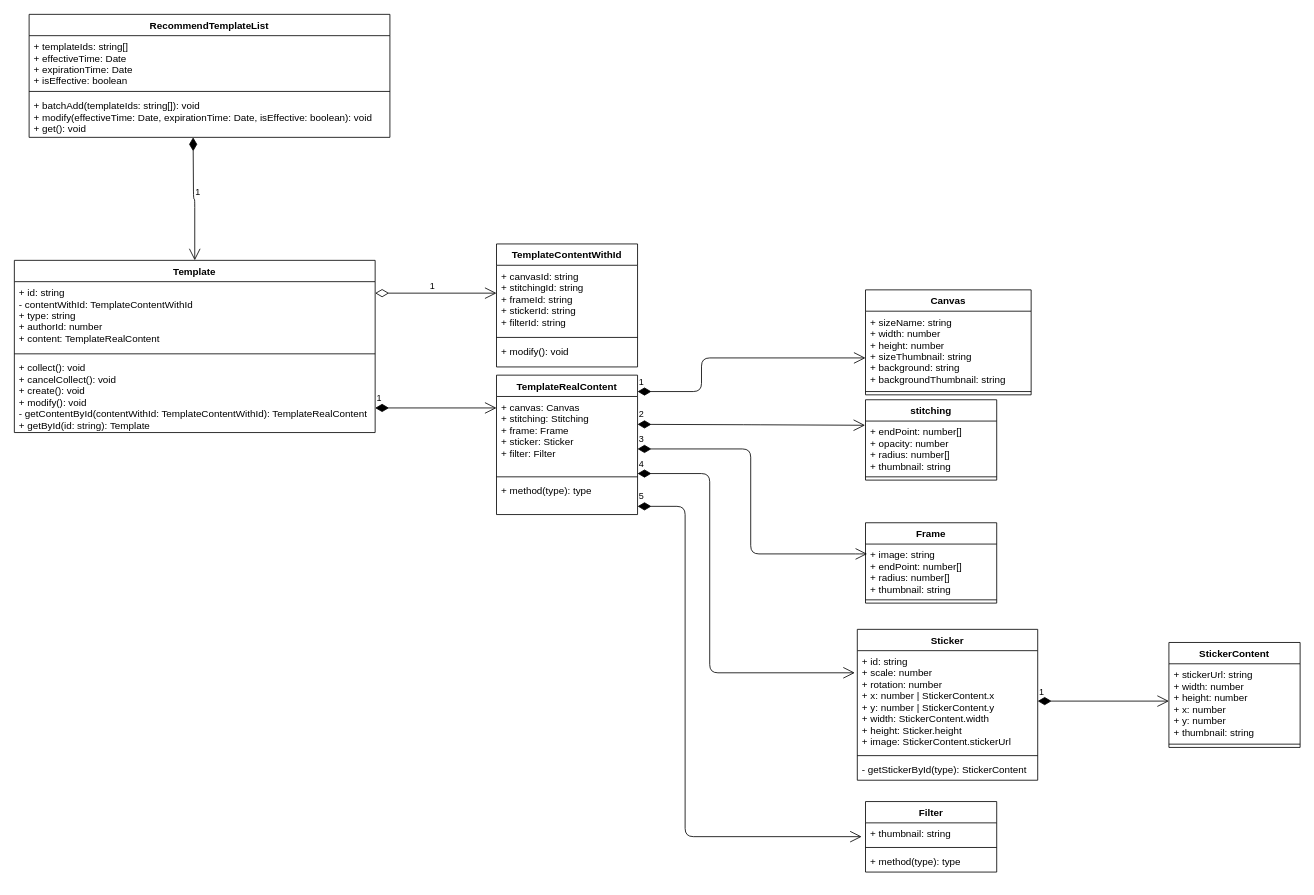
The draw.io diagram duitangFE/图文工具后台.drawio in HiWayne/UMLDesign, before the edit. Source tidied: cells renumbered, new cells numbered last; positions are measured from the earlier drawing's top-left corner, leaving out a move shared by most shapes. Both pictures are drawn from the tidied source at 82%, with x=0, y=0 at pixel (14, 14).
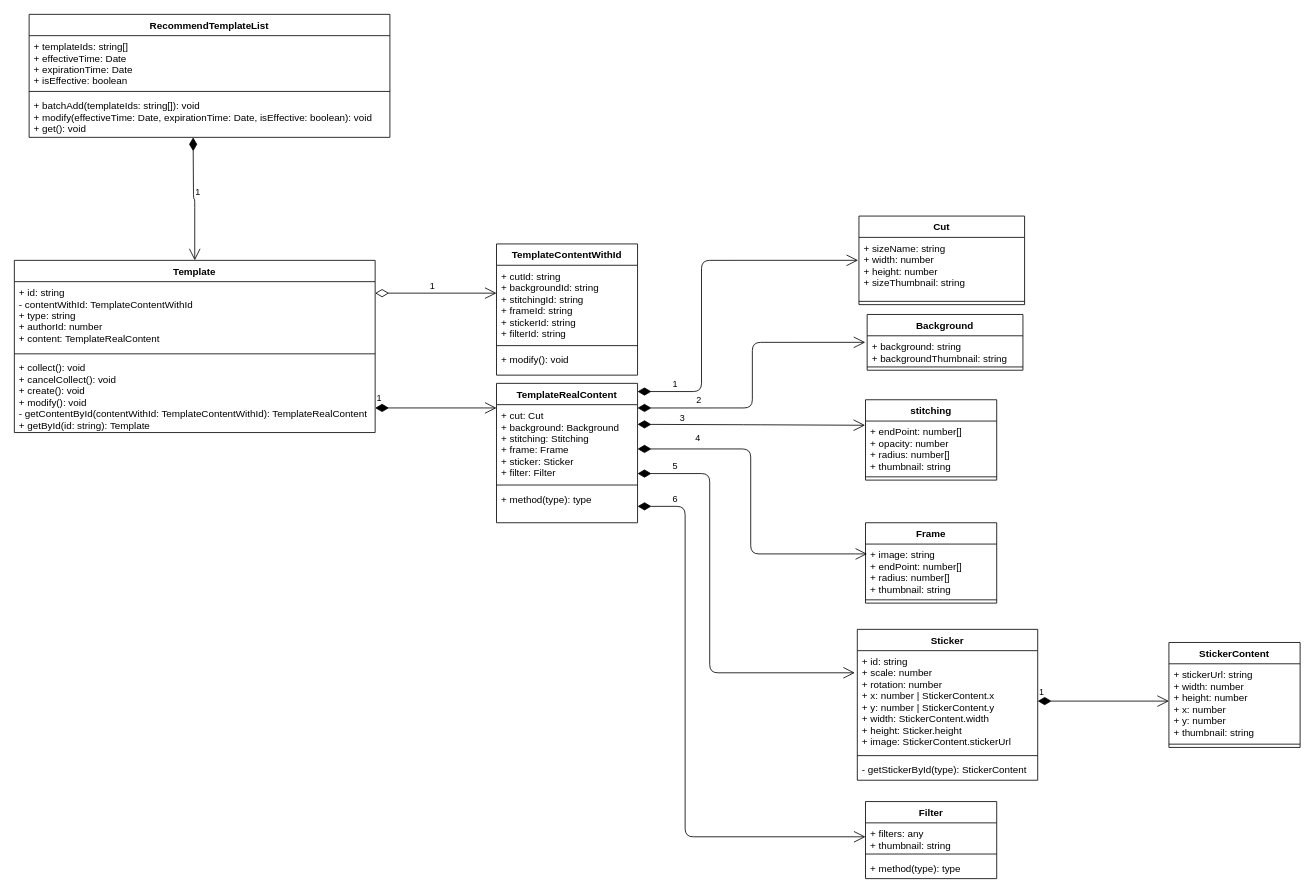
Above is the later version.

Commit message:
Update 图文工具后台.drawio

Unchanged cells that the change refers to:
```xml
<mxCell id="30" value="+ endPoint: number[]&#10;+ opacity: number&#10;+ radius: number[]&#10;+ thumbnail: string" style="text;strokeColor=none;fillColor=none;align=left;verticalAlign=top;spacingLeft=4;spacingRight=4;overflow=hidden;points=[[0,0.5],[1,0.5]];portConstraint=eastwest;" parent="29" vertex="1">
  <mxGeometry y="26" width="160" height="64" as="geometry" />
</mxCell>
```

What changed in the source:
```diff
@@
     <mxCell id="12" value="TemplateContentWithId" style="swimlane;fontStyle=1;align=center;verticalAlign=top;horizontal=1;startSize=26;html=0;" parent="1" vertex="1">
-      <mxGeometry x="588" y="280" width="172" height="150" as="geometry" />
+      <mxGeometry x="588" y="280" width="172" height="160" as="geometry" />
     </mxCell>
-    <mxCell id="13" value="+ canvasId: string&#10;+ stitchingId: string&#10;+ frameId: string&#10;+ stickerId: string&#10;+ filterId: string" style="text;strokeColor=none;fillColor=none;align=left;verticalAlign=top;spacingLeft=4;spacingRight=4;overflow=hidden;" parent="12" vertex="1">
-      <mxGeometry y="26" width="172" height="84" as="geometry" />
+    <mxCell id="13" value="+ cutId: string&#10;+ backgroundId: string&#10;+ stitchingId: string&#10;+ frameId: string&#10;+ stickerId: string&#10;+ filterId: string" style="text;strokeColor=none;fillColor=none;align=left;verticalAlign=top;spacingLeft=4;spacingRight=4;overflow=hidden;" parent="12" vertex="1">
+      <mxGeometry y="26" width="172" height="94" as="geometry" />
     </mxCell>
     <mxCell id="14" style="line;strokeWidth=1;fillColor=none;align=left;verticalAlign=middle;spacingTop=-1;spacingLeft=3;spacingRight=3;labelPosition=right;" parent="12" vertex="1">
-      <mxGeometry y="110" width="172" height="8" as="geometry" />
+      <mxGeometry y="120" width="172" height="8" as="geometry" />
     </mxCell>
     <mxCell id="15" value="+ modify(): void" style="text;strokeColor=none;fillColor=none;align=left;verticalAlign=top;spacingLeft=4;spacingRight=4;overflow=hidden;" parent="12" vertex="1">
-      <mxGeometry y="118" width="172" height="32" as="geometry" />
+      <mxGeometry y="128" width="172" height="32" as="geometry" />
     </mxCell>
@@
     <mxCell id="17" value="TemplateRealContent" style="swimlane;fontStyle=1;align=center;verticalAlign=top;horizontal=1;startSize=26;html=0;" parent="1" vertex="1">
-      <mxGeometry x="588" y="440" width="172" height="170" as="geometry" />
+      <mxGeometry x="588" y="450" width="172" height="170" as="geometry" />
     </mxCell>
-    <mxCell id="18" value="+ canvas: Canvas&#10;+ stitching: Stitching&#10;+ frame: Frame&#10;+ sticker: Sticker&#10;+ filter: Filter" style="text;strokeColor=none;fillColor=none;align=left;verticalAlign=top;spacingLeft=4;spacingRight=4;overflow=hidden;points=[[0,0.5],[1,0.5]];portConstraint=eastwest;" parent="17" vertex="1">
+    <mxCell id="18" value="+ cut: Cut&#10;+ background: Background&#10;+ stitching: Stitching&#10;+ frame: Frame&#10;+ sticker: Sticker&#10;+ filter: Filter" style="text;strokeColor=none;fillColor=none;align=left;verticalAlign=top;spacingLeft=4;spacingRight=4;overflow=hidden;points=[[0,0.5],[1,0.5]];portConstraint=eastwest;" parent="17" vertex="1">
       <mxGeometry y="26" width="172" height="94" as="geometry" />
     </mxCell>
@@
-    <mxCell id="21" value="1" style="endArrow=open;html=1;endSize=12;startArrow=diamondThin;startSize=14;startFill=1;edgeStyle=orthogonalEdgeStyle;align=left;verticalAlign=bottom;" parent="1" edge="1" target="27">
-      <mxGeometry x="-1" y="3" relative="1" as="geometry">
+    <mxCell id="21" value="1" style="endArrow=open;html=1;endSize=12;startArrow=diamondThin;startSize=14;startFill=1;edgeStyle=orthogonalEdgeStyle;align=left;verticalAlign=bottom;entryX=-0.005;entryY=0.378;entryDx=0;entryDy=0;entryPerimeter=0;" parent="1" edge="1" target="27">
+      <mxGeometry x="-0.81" relative="1" as="geometry">
         <mxPoint x="760" y="460" as="sourcePoint" />
         <Array as="points">
           <mxPoint x="838" y="460" />
-          <mxPoint x="838" y="419" />
+          <mxPoint x="838" y="300" />
         </Array>
       </mxGeometry>
     </mxCell>
-    <mxCell id="22" value="2" style="endArrow=open;html=1;endSize=12;startArrow=diamondThin;startSize=14;startFill=1;edgeStyle=orthogonalEdgeStyle;align=left;verticalAlign=bottom;entryX=-0.003;entryY=0.08;entryDx=0;entryDy=0;entryPerimeter=0;" parent="1" edge="1" target="30">
-      <mxGeometry x="-1" y="3" relative="1" as="geometry">
+    <mxCell id="22" value="3" style="endArrow=open;html=1;endSize=12;startArrow=diamondThin;startSize=14;startFill=1;edgeStyle=orthogonalEdgeStyle;align=left;verticalAlign=bottom;entryX=-0.003;entryY=0.08;entryDx=0;entryDy=0;entryPerimeter=0;" parent="1" edge="1" target="30">
+      <mxGeometry x="-0.64" y="-1" relative="1" as="geometry">
         <mxPoint x="760" y="500" as="sourcePoint" />
       </mxGeometry>
     </mxCell>
-    <mxCell id="23" value="3" style="endArrow=open;html=1;endSize=12;startArrow=diamondThin;startSize=14;startFill=1;edgeStyle=orthogonalEdgeStyle;align=left;verticalAlign=bottom;" parent="1" edge="1">
-      <mxGeometry x="-1" y="3" relative="1" as="geometry">
+    <mxCell id="23" value="4" style="endArrow=open;html=1;endSize=12;startArrow=diamondThin;startSize=14;startFill=1;edgeStyle=orthogonalEdgeStyle;align=left;verticalAlign=bottom;" parent="1" edge="1">
+      <mxGeometry x="-0.66" y="4" relative="1" as="geometry">
         <mxPoint x="760" y="530" as="sourcePoint" />
         <mxPoint x="1040" y="658" as="targetPoint" />
         <Array as="points">
           <mxPoint x="898" y="530" />
           <mxPoint x="898" y="658" />
           <mxPoint x="1036" y="658" />
         </Array>
       </mxGeometry>
     </mxCell>
-    <mxCell id="24" value="4" style="endArrow=open;html=1;endSize=12;startArrow=diamondThin;startSize=14;startFill=1;edgeStyle=orthogonalEdgeStyle;align=left;verticalAlign=bottom;" parent="1" edge="1">
-      <mxGeometry x="-1" y="3" relative="1" as="geometry">
+    <mxCell id="24" value="5" style="endArrow=open;html=1;endSize=12;startArrow=diamondThin;startSize=14;startFill=1;edgeStyle=orthogonalEdgeStyle;align=left;verticalAlign=bottom;" parent="1" edge="1">
+      <mxGeometry x="-0.84" relative="1" as="geometry">
         <mxPoint x="760" y="560" as="sourcePoint" />
         <mxPoint x="1025" y="803" as="targetPoint" />
         <Array as="points">
           <mxPoint x="848" y="560" />
           <mxPoint x="848" y="803" />
         </Array>
       </mxGeometry>
     </mxCell>
-    <mxCell id="25" value="5" style="endArrow=open;html=1;endSize=12;startArrow=diamondThin;startSize=14;startFill=1;edgeStyle=orthogonalEdgeStyle;align=left;verticalAlign=bottom;entryX=-0.029;entryY=0.647;entryDx=0;entryDy=0;entryPerimeter=0;" parent="1" edge="1" target="40">
-      <mxGeometry x="-1" y="3" relative="1" as="geometry">
+    <mxCell id="25" value="6" style="endArrow=open;html=1;endSize=12;startArrow=diamondThin;startSize=14;startFill=1;edgeStyle=orthogonalEdgeStyle;align=left;verticalAlign=bottom;entryX=0;entryY=0.5;entryDx=0;entryDy=0;" parent="1" edge="1" target="40">
+      <mxGeometry x="-0.88" relative="1" as="geometry">
         <mxPoint x="760" y="600" as="sourcePoint" />
         <Array as="points">
           <mxPoint x="818" y="600" />
           <mxPoint x="818" y="1003" />
         </Array>
       </mxGeometry>
     </mxCell>
-    <mxCell id="26" value="Canvas" style="swimlane;fontStyle=1;align=center;verticalAlign=top;horizontal=1;startSize=26;html=0;" parent="1" vertex="1">
-      <mxGeometry x="1038" y="336" width="202" height="128" as="geometry" />
+    <mxCell id="26" value="Cut" style="swimlane;fontStyle=1;align=center;verticalAlign=top;horizontal=1;startSize=26;html=0;" parent="1" vertex="1">
+      <mxGeometry x="1030" y="246" width="202" height="108" as="geometry" />
     </mxCell>
-    <mxCell id="27" value="+ sizeName: string&#10;+ width: number&#10;+ height: number&#10;+ sizeThumbnail: string&#10;+ background: string&#10;+ backgroundThumbnail: string" style="text;strokeColor=none;fillColor=none;align=left;verticalAlign=top;spacingLeft=4;spacingRight=4;overflow=hidden;points=[[0,0.5],[1,0.5]];portConstraint=eastwest;" parent="26" vertex="1">
-      <mxGeometry y="26" width="202" height="94" as="geometry" />
+    <mxCell id="27" value="+ sizeName: string&#10;+ width: number&#10;+ height: number&#10;+ sizeThumbnail: string" style="text;strokeColor=none;fillColor=none;align=left;verticalAlign=top;spacingLeft=4;spacingRight=4;overflow=hidden;points=[[0,0.5],[1,0.5]];portConstraint=eastwest;" parent="26" vertex="1">
+      <mxGeometry y="26" width="202" height="74" as="geometry" />
     </mxCell>
     <mxCell id="28" style="line;strokeWidth=1;fillColor=none;align=left;verticalAlign=middle;spacingTop=-1;spacingLeft=3;spacingRight=3;labelPosition=right;" parent="26" vertex="1">
-      <mxGeometry y="120" width="202" height="8" as="geometry" />
+      <mxGeometry y="100" width="202" height="8" as="geometry" />
     </mxCell>
@@
     <mxCell id="39" value="Filter" style="swimlane;fontStyle=1;align=center;verticalAlign=top;horizontal=1;startSize=26;html=0;" parent="1" vertex="1">
-      <mxGeometry x="1038" y="960" width="160" height="86" as="geometry" />
+      <mxGeometry x="1038" y="960" width="160" height="94" as="geometry" />
     </mxCell>
-    <mxCell id="40" value="+ thumbnail: string" style="text;strokeColor=none;fillColor=none;align=left;verticalAlign=top;spacingLeft=4;spacingRight=4;overflow=hidden;points=[[0,0.5],[1,0.5]];portConstraint=eastwest;" parent="39" vertex="1">
-      <mxGeometry y="26" width="160" height="26" as="geometry" />
+    <mxCell id="40" value="+ filters: any&#10;+ thumbnail: string" style="text;strokeColor=none;fillColor=none;align=left;verticalAlign=top;spacingLeft=4;spacingRight=4;overflow=hidden;points=[[0,0.5],[1,0.5]];portConstraint=eastwest;" parent="39" vertex="1">
+      <mxGeometry y="26" width="160" height="34" as="geometry" />
     </mxCell>
     <mxCell id="41" style="line;strokeWidth=1;fillColor=none;align=left;verticalAlign=middle;spacingTop=-1;spacingLeft=3;spacingRight=3;labelPosition=right;" parent="39" vertex="1">
-      <mxGeometry y="52" width="160" height="8" as="geometry" />
+      <mxGeometry y="60" width="160" height="8" as="geometry" />
     </mxCell>
     <mxCell id="42" value="+ method(type): type" style="text;strokeColor=none;fillColor=none;align=left;verticalAlign=top;spacingLeft=4;spacingRight=4;overflow=hidden;" parent="39" vertex="1">
-      <mxGeometry y="60" width="160" height="26" as="geometry" />
+      <mxGeometry y="68" width="160" height="26" as="geometry" />
     </mxCell>
@@
+    <mxCell id="47" value="Background" style="swimlane;fontStyle=1;align=center;verticalAlign=top;horizontal=1;startSize=26;" parent="1" vertex="1">
+      <mxGeometry x="1040" y="366" width="190" height="68" as="geometry" />
+    </mxCell>
+    <mxCell id="48" value="+ background: string&#10;+ backgroundThumbnail: string" style="text;strokeColor=none;fillColor=none;align=left;verticalAlign=top;spacingLeft=4;spacingRight=4;overflow=hidden;points=[[0,0.5],[1,0.5]];portConstraint=eastwest;" parent="47" vertex="1">
+      <mxGeometry y="26" width="190" height="34" as="geometry" />
+    </mxCell>
+    <mxCell id="49" style="line;strokeWidth=1;fillColor=none;align=left;verticalAlign=middle;spacingTop=-1;spacingLeft=3;spacingRight=3;labelPosition=right;" parent="47" vertex="1">
+      <mxGeometry y="60" width="190" height="8" as="geometry" />
+    </mxCell>
+    <mxCell id="50" value="2" style="endArrow=open;html=1;endSize=12;startArrow=diamondThin;startSize=14;startFill=1;edgeStyle=orthogonalEdgeStyle;align=left;verticalAlign=bottom;exitX=1;exitY=0.043;exitDx=0;exitDy=0;exitPerimeter=0;entryX=-0.012;entryY=0.235;entryDx=0;entryDy=0;entryPerimeter=0;" parent="1" edge="1" source="18" target="48">
+      <mxGeometry x="-0.61" relative="1" as="geometry" />
+    </mxCell>
```
